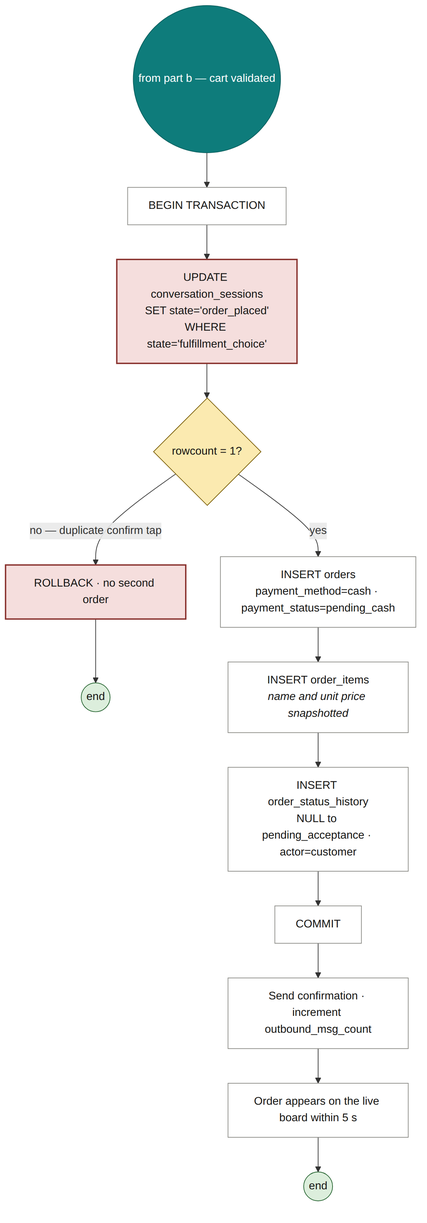
The Mermaid diagram docs/diagrams/09c-activity-cash-commit.png in mozz-labs/sufria, before a commit. Its source is kept beside it as docs/diagrams/09c-activity-cash-commit.mmd. The source it was exported from:
```mermaid
flowchart TB
    classDef start fill:#0E7C7B,stroke:#0A5F5E,color:#FFFFFF
    classDef act fill:#FFFFFF,stroke:#8A8A85,color:#161615
    classDef dec fill:#FBEAB0,stroke:#7A5C06,color:#161615
    classDef crit fill:#F5DEDD,stroke:#8A332F,stroke-width:2px,color:#161615
    classDef fin fill:#DCEEDC,stroke:#24632F,color:#161615

    S(("from part b — the confirm word<br/>arrives in cart_review")):::start --> A10["Lock the session row FOR UPDATE"]:::act
    A10 --> A11["Re-check every line: item available<br/>AND category active<br/><i>prices are not re-checked: a line keeps<br/>the price it had when it was added</i>"]:::act
    A11 --> D4{"Every line available?"}:::dec
    D4 -- no --> E4["Remove the unavailable lines and name them<br/>new summary, or back to browsing if none is left"]:::act --> F1(("end")):::fin
    D4 -- yes --> A12["CAS conversation_sessions<br/>cart_review to order_placed"]:::crit
    A12 --> D5{"rowcount = 1?"}:::dec
    D5 -- "no — duplicate confirm" --> E5["no second order"]:::crit --> F1
    D5 -- yes --> A13["Order number: advisory lock per restaurant,<br/>MAX + 1, starting at 101"]:::act
    A13 --> A14["INSERT orders · cash · pending_cash<br/>INSERT order_items · name and unit price snapshotted<br/>INSERT order_status_history · NULL to pending_acceptance"]:::act
    A14 --> A15["COMMIT"]:::act
    A15 --> A16["Send 'we received your order no. N'<br/>after the commit · a failure is logged"]:::act
    A16 --> A17["The order appears on the live board<br/>at the next poll, within 10 s"]:::act
    A17 --> F2(("end")):::fin
```
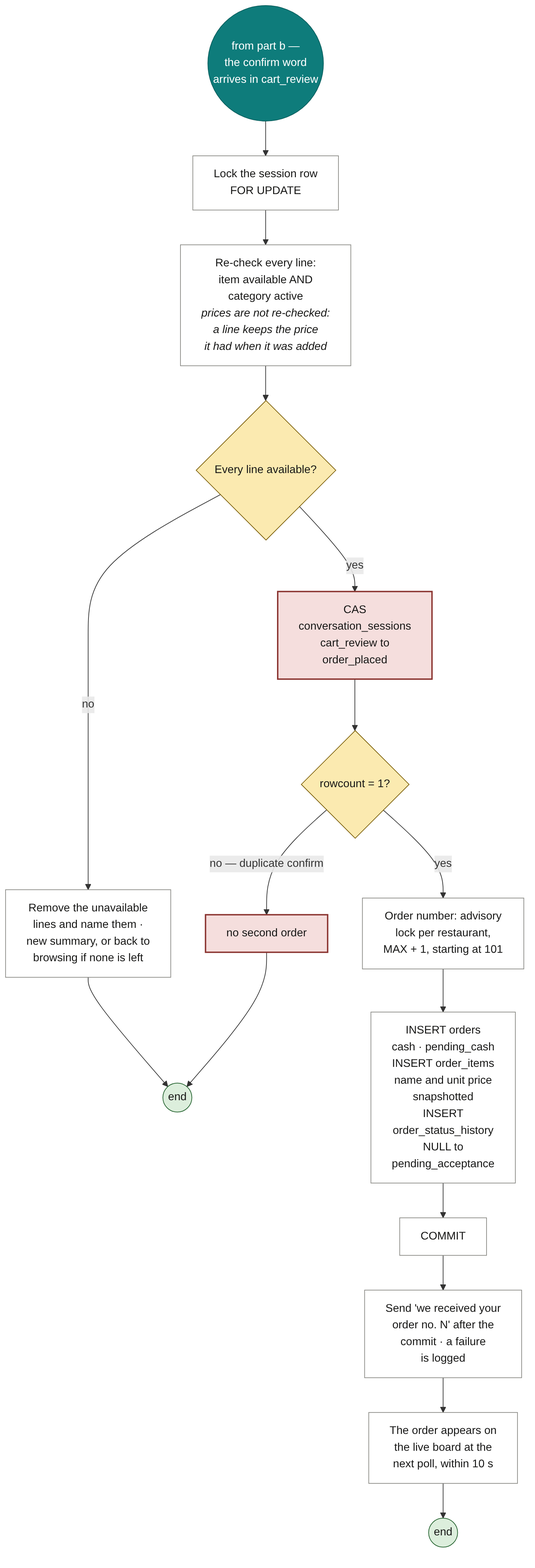
Above is the later version.

Diff of the diagram source:
```diff
@@ -5,16 +5,16 @@
     classDef crit fill:#F5DEDD,stroke:#8A332F,stroke-width:2px,color:#161615
     classDef fin fill:#DCEEDC,stroke:#24632F,color:#161615
 
-    S(("from part b — the confirm word<br/>arrives in cart_review")):::start --> A10["Lock the session row FOR UPDATE"]:::act
-    A10 --> A11["Re-check every line: item available<br/>AND category active<br/><i>prices are not re-checked: a line keeps<br/>the price it had when it was added</i>"]:::act
+    S(("from part b —<br/>the confirm word<br/>arrives in cart_review")):::start --> A10["Lock the session row<br/>FOR UPDATE"]:::act
+    A10 --> A11["Re-check every line:<br/>item available AND<br/>category active<br/><i>prices are not re-checked:<br/>a line keeps the price<br/>it had when it was added</i>"]:::act
     A11 --> D4{"Every line available?"}:::dec
-    D4 -- no --> E4["Remove the unavailable lines and name them<br/>new summary, or back to browsing if none is left"]:::act --> F1(("end")):::fin
-    D4 -- yes --> A12["CAS conversation_sessions<br/>cart_review to order_placed"]:::crit
+    D4 -- no --> E4["Remove the unavailable<br/>lines and name them ·<br/>new summary, or back to<br/>browsing if none is left"]:::act --> F1(("end")):::fin
+    D4 -- yes --> A12["CAS<br/>conversation_sessions<br/>cart_review to<br/>order_placed"]:::crit
     A12 --> D5{"rowcount = 1?"}:::dec
     D5 -- "no — duplicate confirm" --> E5["no second order"]:::crit --> F1
-    D5 -- yes --> A13["Order number: advisory lock per restaurant,<br/>MAX + 1, starting at 101"]:::act
-    A13 --> A14["INSERT orders · cash · pending_cash<br/>INSERT order_items · name and unit price snapshotted<br/>INSERT order_status_history · NULL to pending_acceptance"]:::act
+    D5 -- yes --> A13["Order number: advisory<br/>lock per restaurant,<br/>MAX + 1, starting at 101"]:::act
+    A13 --> A14["INSERT orders<br/>cash · pending_cash<br/>INSERT order_items<br/>name and unit price<br/>snapshotted<br/>INSERT<br/>order_status_history<br/>NULL to<br/>pending_acceptance"]:::act
     A14 --> A15["COMMIT"]:::act
-    A15 --> A16["Send 'we received your order no. N'<br/>after the commit · a failure is logged"]:::act
-    A16 --> A17["The order appears on the live board<br/>at the next poll, within 10 s"]:::act
+    A15 --> A16["Send 'we received your<br/>order no. N' after the<br/>commit · a failure<br/>is logged"]:::act
+    A16 --> A17["The order appears on<br/>the live board at the<br/>next poll, within 10 s"]:::act
     A17 --> F2(("end")):::fin
```
